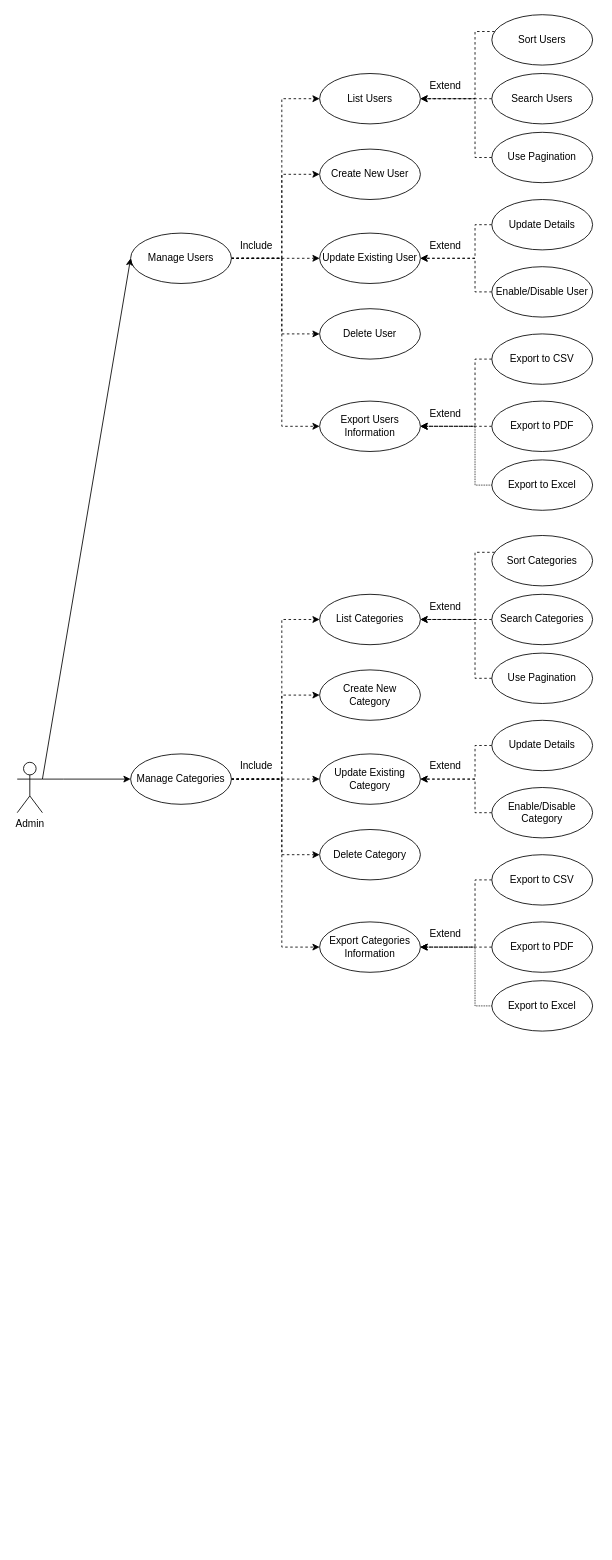
The draw.io diagram page "Admin" (2 of 3) of 03-Solution Design/02-Use Case, Classes, Database/Use Case.drawio in Chufeng-Jiang/Java_SpringBoot_DubaiShop_E-Commerce, before the edit. Source tidied: cells renumbered, new cells numbered last; positions are measured from the earlier drawing's top-left corner, leaving out a move shared by most shapes. Both pictures are drawn from the tidied source at 84%, with x=0, y=0 at pixel (17, 14).
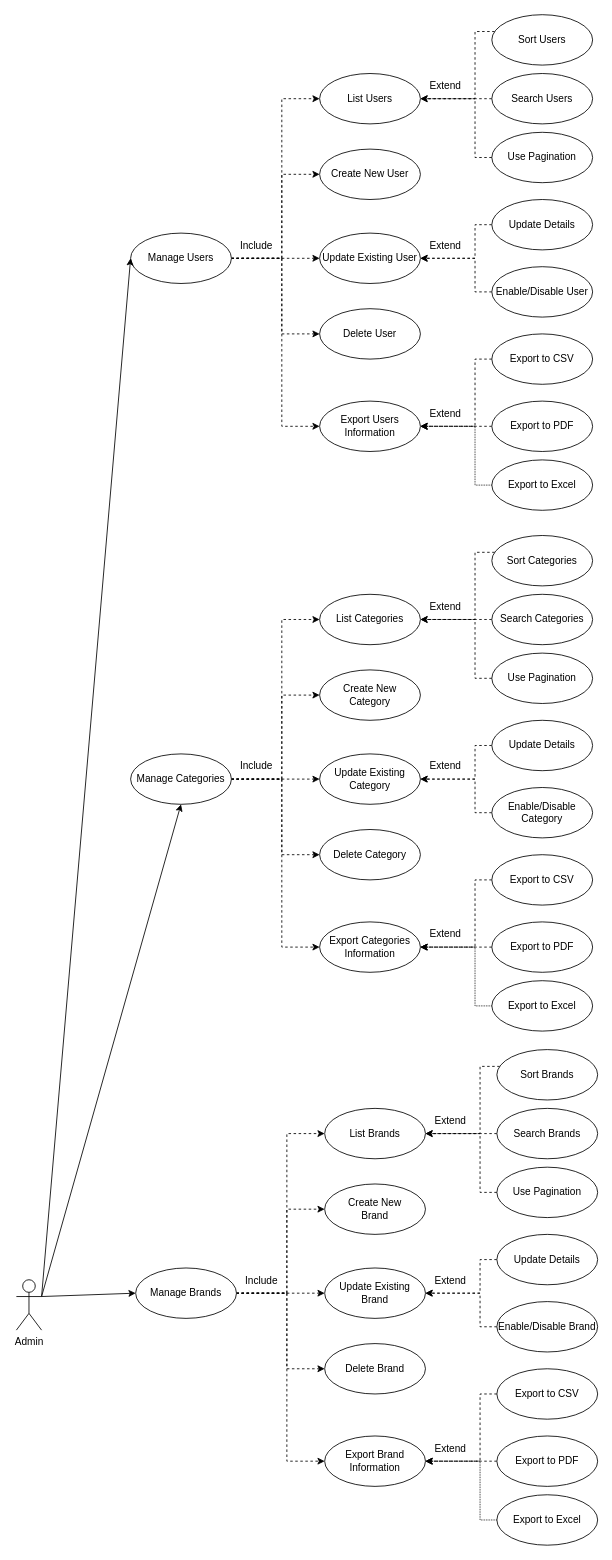
After the change.

Commit message (it also covers changes not shown here):
Add UI-Mgt Brands

Unchanged cells that the change refers to:
```xml
<mxCell id="41" value="Manage Categories" style="shape=ellipse;html=1;strokeWidth=1;fontStyle=0;whiteSpace=wrap;align=center;perimeter=ellipsePerimeter;" parent="1" vertex="1">
  <mxGeometry x="135" y="880" width="120" height="60" as="geometry" />
</mxCell>
```

Change to the diagram source:
```diff
@@
-    <mxCell id="2" style="edgeStyle=orthogonalEdgeStyle;rounded=0;jettySize=auto;html=1;entryX=0;entryY=0.5;entryDx=0;entryDy=0;" parent="1" edge="1" source="3" target="41">
-      <mxGeometry relative="1" as="geometry">
-        <Array as="points">
-          <mxPoint x="55" y="910" />
-          <mxPoint x="55" y="910" />
-        </Array>
-      </mxGeometry>
-    </mxCell>
     <mxCell id="3" value="Admin" style="shape=umlActor;html=1;verticalLabelPosition=bottom;verticalAlign=top;align=center;" parent="1" vertex="1">
-      <mxGeometry y="890" width="30" height="60" as="geometry" />
+      <mxGeometry x="-1" y="1506" width="30" height="60" as="geometry" />
     </mxCell>
@@
+    <mxCell id="67" style="edgeStyle=orthogonalEdgeStyle;rounded=0;jettySize=auto;html=1;entryX=0;entryY=0.5;entryDx=0;entryDy=0;dashed=1;" parent="1" edge="1" source="72" target="74">
+      <mxGeometry relative="1" as="geometry">
+        <Array as="points">
+          <mxPoint x="321" y="1522" />
+          <mxPoint x="321" y="1332" />
+        </Array>
+      </mxGeometry>
+    </mxCell>
+    <mxCell id="68" style="edgeStyle=orthogonalEdgeStyle;rounded=0;jettySize=auto;html=1;entryX=0;entryY=0.5;entryDx=0;entryDy=0;dashed=1;" parent="1" edge="1" source="72" target="80">
+      <mxGeometry relative="1" as="geometry">
+        <Array as="points">
+          <mxPoint x="321" y="1522" />
+          <mxPoint x="321" y="1422" />
+        </Array>
+      </mxGeometry>
+    </mxCell>
+    <mxCell id="69" style="edgeStyle=orthogonalEdgeStyle;rounded=0;jettySize=auto;html=1;entryX=0;entryY=0.5;entryDx=0;entryDy=0;dashed=1;" parent="1" edge="1" source="72" target="81">
+      <mxGeometry relative="1" as="geometry" />
+    </mxCell>
+    <mxCell id="70" style="edgeStyle=orthogonalEdgeStyle;rounded=0;jettySize=auto;html=1;entryX=0;entryY=0.5;entryDx=0;entryDy=0;dashed=1;" parent="1" edge="1" source="72" target="73">
+      <mxGeometry relative="1" as="geometry">
+        <Array as="points">
+          <mxPoint x="321" y="1522" />
+          <mxPoint x="321" y="1612" />
+        </Array>
+      </mxGeometry>
+    </mxCell>
+    <mxCell id="71" style="edgeStyle=orthogonalEdgeStyle;rounded=0;jettySize=auto;html=1;entryX=0;entryY=0.5;entryDx=0;entryDy=0;dashed=1;" parent="1" edge="1" source="72" target="86">
+      <mxGeometry relative="1" as="geometry">
+        <Array as="points">
+          <mxPoint x="321" y="1522" />
+          <mxPoint x="321" y="1722" />
+        </Array>
+      </mxGeometry>
+    </mxCell>
+    <mxCell id="72" value="Manage Brands" style="shape=ellipse;html=1;strokeWidth=1;fontStyle=0;whiteSpace=wrap;align=center;perimeter=ellipsePerimeter;" parent="1" vertex="1">
+      <mxGeometry x="141" y="1492" width="120" height="60" as="geometry" />
+    </mxCell>
+    <mxCell id="73" value="&lt;div&gt;Delete Brand&lt;/div&gt;" style="shape=ellipse;html=1;strokeWidth=1;fontStyle=0;whiteSpace=wrap;align=center;perimeter=ellipsePerimeter;" parent="1" vertex="1">
+      <mxGeometry x="366" y="1582" width="120" height="60" as="geometry" />
+    </mxCell>
+    <mxCell id="74" value="&lt;div&gt;List Brands&lt;/div&gt;" style="shape=ellipse;html=1;strokeWidth=1;fontStyle=0;whiteSpace=wrap;align=center;perimeter=ellipsePerimeter;" parent="1" vertex="1">
+      <mxGeometry x="366" y="1302" width="120" height="60" as="geometry" />
+    </mxCell>
+    <mxCell id="75" style="edgeStyle=orthogonalEdgeStyle;rounded=0;jettySize=auto;html=1;entryX=1;entryY=0.5;entryDx=0;entryDy=0;dashed=1;" parent="1" edge="1" source="76" target="74">
+      <mxGeometry relative="1" as="geometry">
+        <Array as="points">
+          <mxPoint x="551" y="1252" />
+          <mxPoint x="551" y="1332" />
+        </Array>
+      </mxGeometry>
+    </mxCell>
+    <mxCell id="76" value="&lt;div&gt;Sort Brands&lt;/div&gt;" style="shape=ellipse;html=1;strokeWidth=1;fontStyle=0;whiteSpace=wrap;align=center;perimeter=ellipsePerimeter;" parent="1" vertex="1">
+      <mxGeometry x="571" y="1232" width="120" height="60" as="geometry" />
+    </mxCell>
+    <mxCell id="77" style="edgeStyle=orthogonalEdgeStyle;rounded=0;jettySize=auto;html=1;entryX=1;entryY=0.5;entryDx=0;entryDy=0;dashed=1;" parent="1" edge="1" source="78" target="74">
+      <mxGeometry relative="1" as="geometry" />
+    </mxCell>
+    <mxCell id="78" value="&lt;div&gt;Search Brands&lt;/div&gt;" style="shape=ellipse;html=1;strokeWidth=1;fontStyle=0;whiteSpace=wrap;align=center;perimeter=ellipsePerimeter;" parent="1" vertex="1">
+      <mxGeometry x="571" y="1302" width="120" height="60" as="geometry" />
+    </mxCell>
+    <mxCell id="79" value="Use Pagination" style="shape=ellipse;html=1;strokeWidth=1;fontStyle=0;whiteSpace=wrap;align=center;perimeter=ellipsePerimeter;" parent="1" vertex="1">
+      <mxGeometry x="571" y="1372" width="120" height="60" as="geometry" />
+    </mxCell>
+    <mxCell id="80" value="&lt;div&gt;Create New &lt;br&gt;&lt;/div&gt;&lt;div&gt;Brand&lt;/div&gt;" style="shape=ellipse;html=1;strokeWidth=1;fontStyle=0;whiteSpace=wrap;align=center;perimeter=ellipsePerimeter;" parent="1" vertex="1">
+      <mxGeometry x="366" y="1392" width="120" height="60" as="geometry" />
+    </mxCell>
+    <mxCell id="81" value="&lt;div&gt;Update Existing Brand&lt;/div&gt;" style="shape=ellipse;html=1;strokeWidth=1;fontStyle=0;whiteSpace=wrap;align=center;perimeter=ellipsePerimeter;" parent="1" vertex="1">
+      <mxGeometry x="366" y="1492" width="120" height="60" as="geometry" />
+    </mxCell>
+    <mxCell id="82" style="edgeStyle=orthogonalEdgeStyle;rounded=0;jettySize=auto;html=1;entryX=1;entryY=0.5;entryDx=0;entryDy=0;dashed=1;" parent="1" edge="1" source="83" target="81">
+      <mxGeometry relative="1" as="geometry">
+        <Array as="points">
+          <mxPoint x="551" y="1482" />
+          <mxPoint x="551" y="1522" />
+        </Array>
+      </mxGeometry>
+    </mxCell>
+    <mxCell id="83" value="Update Details" style="shape=ellipse;html=1;strokeWidth=1;fontStyle=0;whiteSpace=wrap;align=center;perimeter=ellipsePerimeter;" parent="1" vertex="1">
+      <mxGeometry x="571" y="1452" width="120" height="60" as="geometry" />
+    </mxCell>
+    <mxCell id="84" style="edgeStyle=orthogonalEdgeStyle;rounded=0;jettySize=auto;html=1;entryX=1;entryY=0.5;entryDx=0;entryDy=0;dashed=1;" parent="1" edge="1" source="85" target="81">
+      <mxGeometry relative="1" as="geometry">
+        <Array as="points">
+          <mxPoint x="551" y="1562" />
+          <mxPoint x="551" y="1522" />
+        </Array>
+      </mxGeometry>
+    </mxCell>
+    <mxCell id="85" value="Enable/Disable Brand" style="shape=ellipse;html=1;strokeWidth=1;fontStyle=0;whiteSpace=wrap;align=center;perimeter=ellipsePerimeter;" parent="1" vertex="1">
+      <mxGeometry x="571" y="1532" width="120" height="60" as="geometry" />
+    </mxCell>
+    <mxCell id="86" value="Export Brand Information" style="shape=ellipse;html=1;strokeWidth=1;fontStyle=0;whiteSpace=wrap;align=center;perimeter=ellipsePerimeter;" parent="1" vertex="1">
+      <mxGeometry x="366" y="1692" width="120" height="60" as="geometry" />
+    </mxCell>
+    <mxCell id="87" style="edgeStyle=orthogonalEdgeStyle;rounded=0;jettySize=auto;html=1;entryX=1;entryY=0.5;entryDx=0;entryDy=0;dashed=1;" parent="1" edge="1" source="88" target="86">
+      <mxGeometry relative="1" as="geometry">
+        <Array as="points">
+          <mxPoint x="551" y="1642" />
+          <mxPoint x="551" y="1722" />
+        </Array>
+      </mxGeometry>
+    </mxCell>
+    <mxCell id="88" value="Export to CSV" style="shape=ellipse;html=1;strokeWidth=1;fontStyle=0;whiteSpace=wrap;align=center;perimeter=ellipsePerimeter;" parent="1" vertex="1">
+      <mxGeometry x="571" y="1612" width="120" height="60" as="geometry" />
+    </mxCell>
+    <mxCell id="89" style="edgeStyle=orthogonalEdgeStyle;rounded=0;jettySize=auto;html=1;entryX=1;entryY=0.5;entryDx=0;entryDy=0;dashed=1;" parent="1" edge="1" source="90" target="86">
+      <mxGeometry relative="1" as="geometry">
+        <Array as="points">
+          <mxPoint x="521" y="1722" />
+          <mxPoint x="521" y="1722" />
+        </Array>
+      </mxGeometry>
+    </mxCell>
+    <mxCell id="90" value="Export to PDF" style="shape=ellipse;html=1;strokeWidth=1;fontStyle=0;whiteSpace=wrap;align=center;perimeter=ellipsePerimeter;" parent="1" vertex="1">
+      <mxGeometry x="571" y="1692" width="120" height="60" as="geometry" />
+    </mxCell>
+    <mxCell id="91" style="edgeStyle=orthogonalEdgeStyle;rounded=0;jettySize=auto;html=1;entryX=1;entryY=0.5;entryDx=0;entryDy=0;dashed=1;dashPattern=1 1;" parent="1" edge="1" source="92" target="86">
+      <mxGeometry relative="1" as="geometry">
+        <Array as="points">
+          <mxPoint x="551" y="1792" />
+          <mxPoint x="551" y="1722" />
+        </Array>
+      </mxGeometry>
+    </mxCell>
+    <mxCell id="92" value="Export to Excel" style="shape=ellipse;html=1;strokeWidth=1;fontStyle=0;whiteSpace=wrap;align=center;perimeter=ellipsePerimeter;" parent="1" vertex="1">
+      <mxGeometry x="571" y="1762" width="120" height="60" as="geometry" />
+    </mxCell>
+    <mxCell id="93" value="Include" style="text;html=1;strokeColor=none;fillColor=none;align=center;verticalAlign=middle;whiteSpace=wrap;rounded=0;" parent="1" vertex="1">
+      <mxGeometry x="261" y="1492" width="60" height="30" as="geometry" />
+    </mxCell>
+    <mxCell id="94" value="Extend" style="text;html=1;strokeColor=none;fillColor=none;align=center;verticalAlign=middle;whiteSpace=wrap;rounded=0;" parent="1" vertex="1">
+      <mxGeometry x="486" y="1302" width="60" height="30" as="geometry" />
+    </mxCell>
+    <mxCell id="95" style="edgeStyle=orthogonalEdgeStyle;rounded=0;jettySize=auto;html=1;dashed=1;endArrow=none;" parent="1" edge="1" source="79">
+      <mxGeometry relative="1" as="geometry">
+        <mxPoint x="491" y="1332" as="targetPoint" />
+        <Array as="points">
+          <mxPoint x="551" y="1402" />
+          <mxPoint x="551" y="1332" />
+        </Array>
+      </mxGeometry>
+    </mxCell>
+    <mxCell id="96" value="Extend" style="text;html=1;strokeColor=none;fillColor=none;align=center;verticalAlign=middle;whiteSpace=wrap;rounded=0;" parent="1" vertex="1">
+      <mxGeometry x="486" y="1492" width="60" height="30" as="geometry" />
+    </mxCell>
+    <mxCell id="97" value="Extend" style="text;html=1;strokeColor=none;fillColor=none;align=center;verticalAlign=middle;whiteSpace=wrap;rounded=0;" parent="1" vertex="1">
+      <mxGeometry x="486" y="1692" width="60" height="30" as="geometry" />
+    </mxCell>
+    <mxCell id="2" style="endArrow=classic;html=1;rounded=0;exitX=1;exitY=0.3333333333333333;exitDx=0;exitDy=0;exitPerimeter=0;entryX=0.5;entryY=1;entryDx=0;entryDy=0;" parent="1" edge="1" source="3" target="41">
+      <mxGeometry relative="1" as="geometry" />
+    </mxCell>
+    <mxCell id="98" style="endArrow=classic;html=1;rounded=0;exitX=1;exitY=0.3333333333333333;exitDx=0;exitDy=0;exitPerimeter=0;entryX=0;entryY=0.5;entryDx=0;entryDy=0;" parent="1" edge="1" source="3" target="72">
+      <mxGeometry relative="1" as="geometry" />
+    </mxCell>
```
